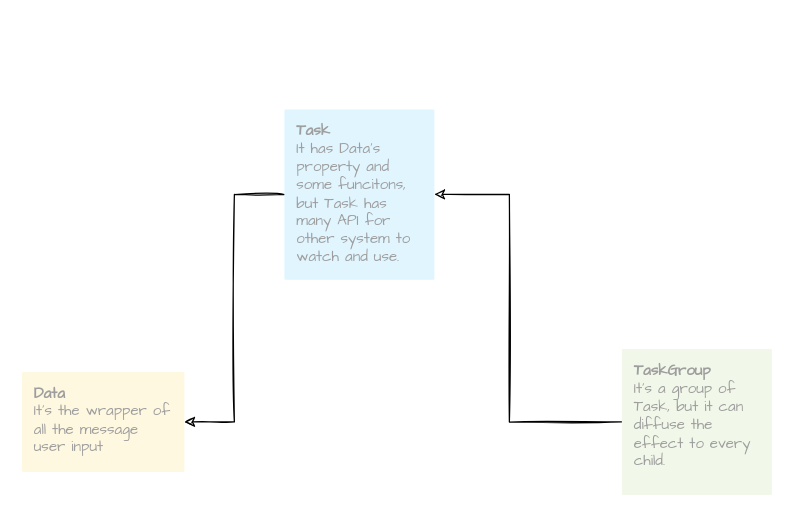
This is src/TaskSystem/TaskDesign.drawio from KonghaYao/jspider, a draw.io file, before an edit. Source tidied: cells renumbered, new cells numbered last; positions are measured from the earlier drawing's top-left corner, leaving out a move shared by most shapes. Both pictures are drawn from the tidied source at 125%, with x=0, y=0 at pixel (21, 109).
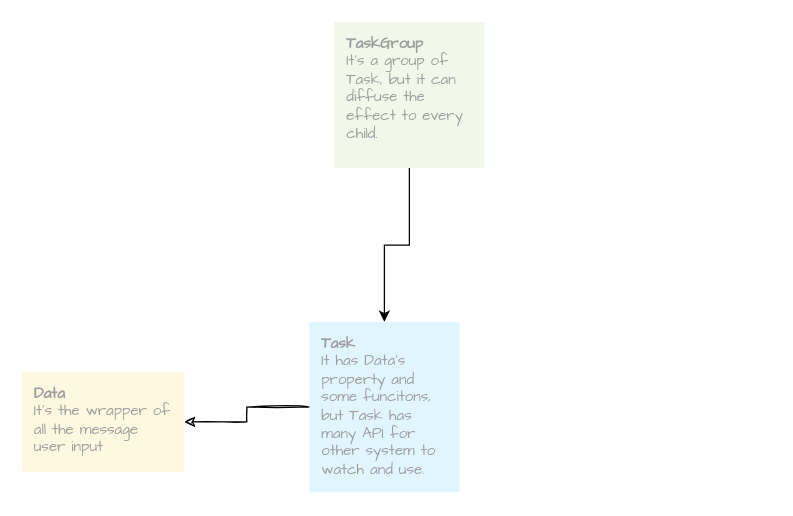
The same page after the edit.

Diff of the diagram source:
```diff
@@
 <mxGraphModel>
   <root>
     <mxCell id="0" />
     <mxCell id="1" parent="0" />
     <mxCell id="2" style="edgeStyle=orthogonalEdgeStyle;rounded=0;jettySize=auto;html=1;exitX=0;exitY=0.5;exitDx=0;exitDy=0;exitPerimeter=0;entryX=1;entryY=0.5;entryDx=0;entryDy=0;entryPerimeter=0;fontFamily=Comic Sans MS;sketch=1;" parent="1" edge="1" source="3" target="6">
       <mxGeometry relative="1" as="geometry" />
     </mxCell>
     <mxCell id="3" value="&lt;b&gt;Task&lt;/b&gt;&lt;br&gt;It has Data's property and some funcitons, but Task has many API for other system to watch and use." style="points=[[0,0,0],[0.25,0,0],[0.5,0,0],[0.75,0,0],[1,0,0],[1,0.25,0],[1,0.5,0],[1,0.75,0],[1,1,0],[0.75,1,0],[0.5,1,0],[0.25,1,0],[0,1,0],[0,0.75,0],[0,0.5,0],[0,0.25,0]];rounded=1;absoluteArcSize=1;arcSize=2;html=1;strokeColor=none;gradientColor=none;shadow=0;dashed=0;fontSize=12;fontColor=#9E9E9E;align=left;verticalAlign=top;spacing=10;spacingTop=-4;fillColor=#E1F5FE;fontFamily=Comic Sans MS;fontStyle=0;whiteSpace=wrap;" parent="1" vertex="1">
-      <mxGeometry x="210" width="120" height="136.2" as="geometry" />
+      <mxGeometry x="230" y="170" width="120" height="136.2" as="geometry" />
     </mxCell>
-    <mxCell id="4" style="edgeStyle=orthogonalEdgeStyle;rounded=0;jettySize=auto;html=1;fontFamily=Comic Sans MS;sketch=1;exitX=0;exitY=0.5;exitDx=0;exitDy=0;exitPerimeter=0;" parent="1" edge="1" source="5" target="3">
-      <mxGeometry relative="1" as="geometry">
-        <Array as="points">
-          <mxPoint x="390" y="250" />
-          <mxPoint x="390" y="68" />
-        </Array>
-      </mxGeometry>
+    <mxCell id="4" style="edgeStyle=orthogonalEdgeStyle;rounded=0;jettySize=auto;html=1;" parent="1" edge="1" source="5" target="3">
+      <mxGeometry relative="1" as="geometry" />
     </mxCell>
     <mxCell id="5" value="&lt;b&gt;TaskGroup&lt;/b&gt;&lt;br&gt;It's a group of Task, but it can diffuse the effect to every child." style="points=[[0,0,0],[0.25,0,0],[0.5,0,0],[0.75,0,0],[1,0,0],[1,0.25,0],[1,0.5,0],[1,0.75,0],[1,1,0],[0.75,1,0],[0.5,1,0],[0.25,1,0],[0,1,0],[0,0.75,0],[0,0.5,0],[0,0.25,0]];rounded=1;absoluteArcSize=1;arcSize=2;html=1;strokeColor=none;gradientColor=none;shadow=0;dashed=0;fontSize=12;fontColor=#9E9E9E;align=left;verticalAlign=top;spacing=10;spacingTop=-4;fillColor=#F1F8E9;fontFamily=Comic Sans MS;whiteSpace=wrap;" parent="1" vertex="1">
-      <mxGeometry x="480" y="191.6" width="120" height="116.9" as="geometry" />
+      <mxGeometry x="250" y="-70" width="120" height="116.9" as="geometry" />
     </mxCell>
     <mxCell id="6" value="&lt;b&gt;Data&lt;/b&gt;&lt;br&gt;It's the wrapper of all the message user input" style="points=[[0,0,0],[0.25,0,0],[0.5,0,0],[0.75,0,0],[1,0,0],[1,0.25,0],[1,0.5,0],[1,0.75,0],[1,1,0],[0.75,1,0],[0.5,1,0],[0.25,1,0],[0,1,0],[0,0.75,0],[0,0.5,0],[0,0.25,0]];rounded=1;absoluteArcSize=1;arcSize=2;html=1;strokeColor=none;gradientColor=none;shadow=0;dashed=0;fontSize=12;fontColor=#9E9E9E;align=left;verticalAlign=top;spacing=10;spacingTop=-4;fillColor=#FFF8E1;fontFamily=Comic Sans MS;fontStyle=0;whiteSpace=wrap;" parent="1" vertex="1">
       <mxGeometry y="210" width="130" height="80" as="geometry" />
     </mxCell>
   </root>
 </mxGraphModel>
```
